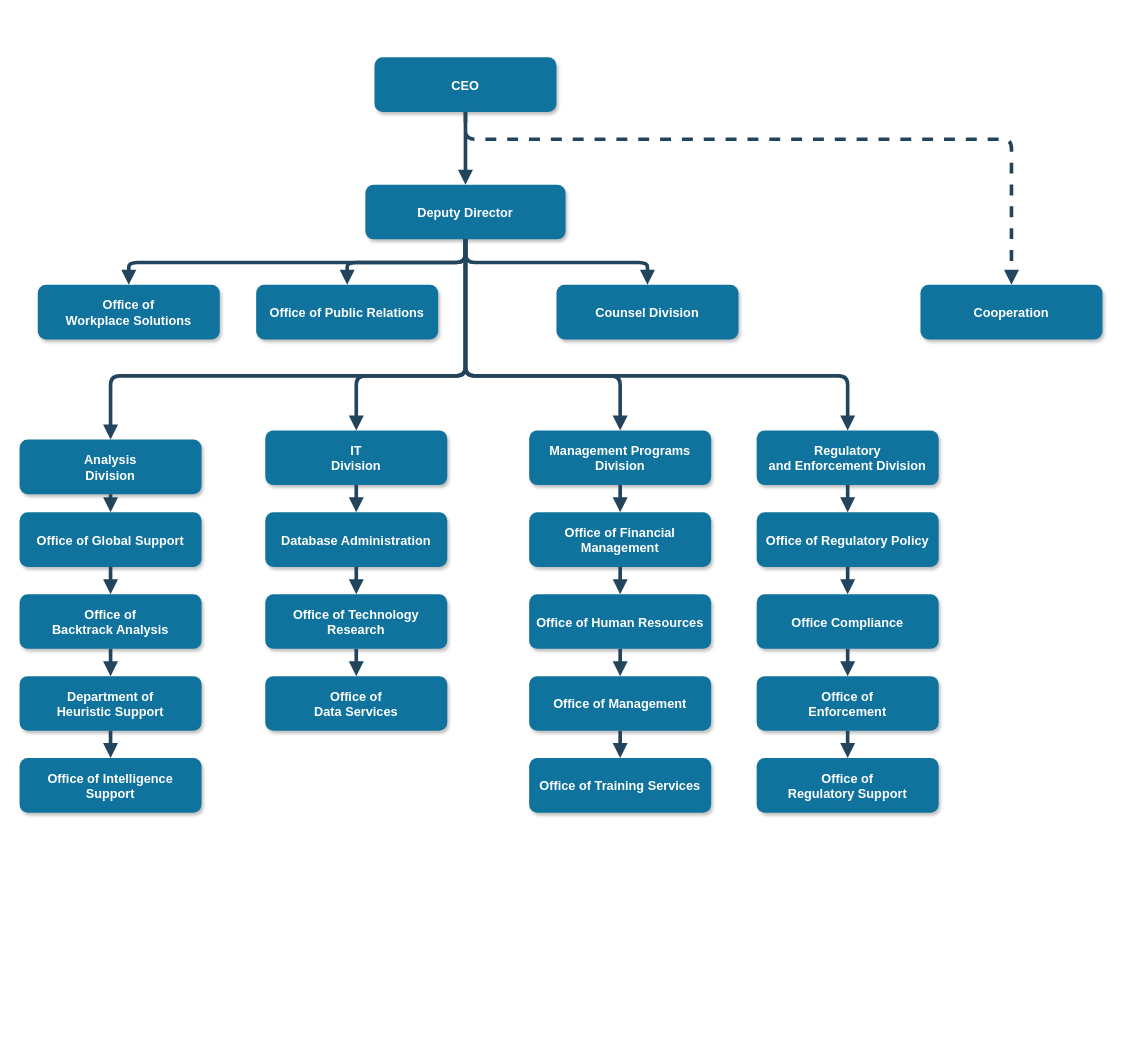
The draw.io diagram HRSAA 2019-2020 Orfanizational Chart.drawio in cubby57/HR, before the edit. Source tidied: cells renumbered, new cells numbered last; positions are measured from the earlier drawing's top-left corner, leaving out a move shared by most shapes. Both pictures are drawn from the tidied source at 91%, with x=0, y=0 at pixel (19, 57).
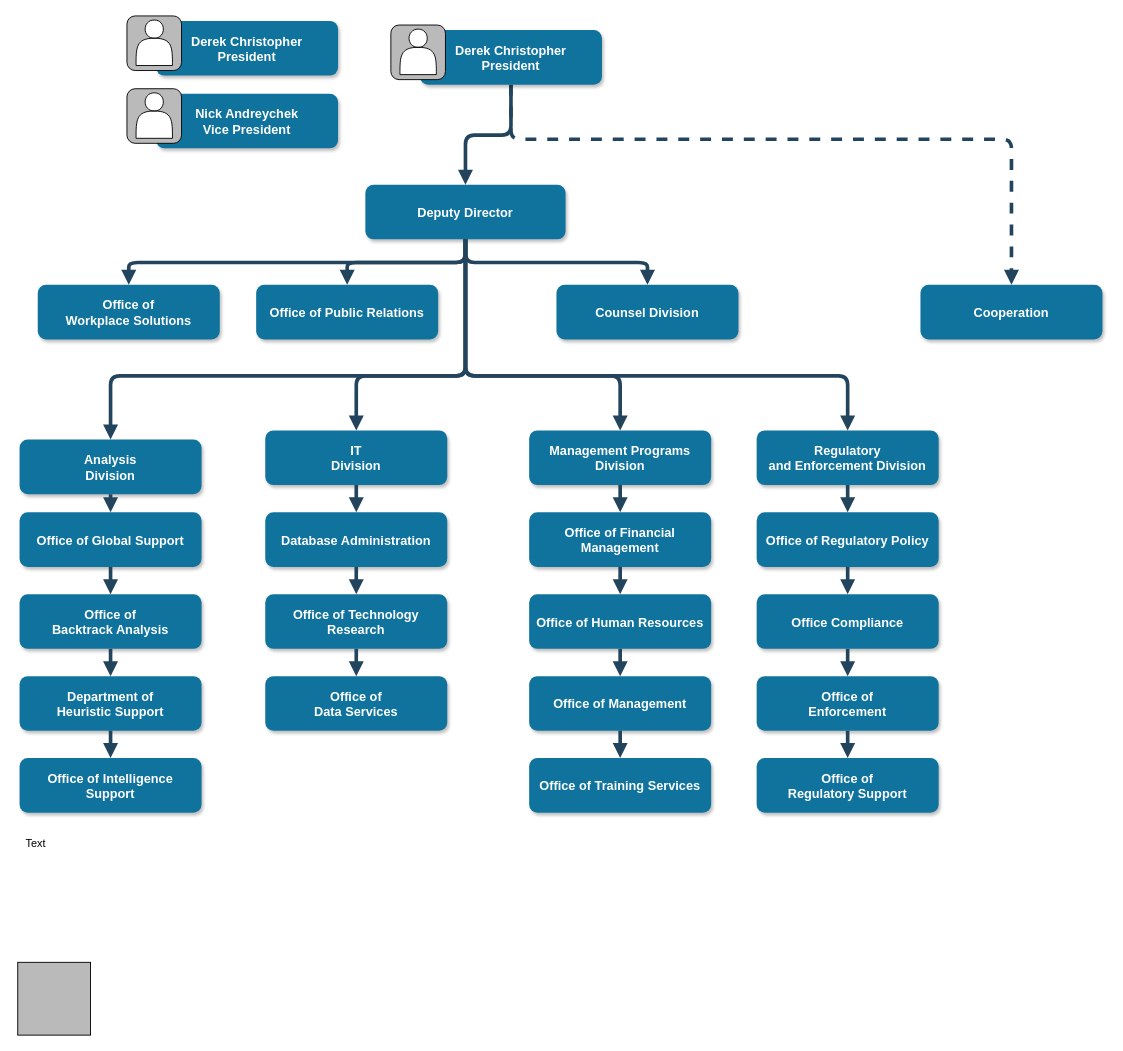
Above is the later version.

Change to the diagram source:
```diff
@@
-    <mxCell id="2" value="CEO" style="rounded=1;fillColor=#10739E;strokeColor=none;shadow=1;gradientColor=none;fontStyle=1;fontColor=#FFFFFF;fontSize=14;" parent="1" vertex="1">
-      <mxGeometry x="390" y="-0.5" width="200" height="60" as="geometry" />
-    </mxCell>
@@
+    <mxCell id="51" value="Text" style="text;html=1;strokeColor=none;fillColor=none;align=center;verticalAlign=middle;whiteSpace=wrap;rounded=0;" parent="1" vertex="1">
+      <mxGeometry x="-2" y="854" width="40" height="20" as="geometry" />
+    </mxCell>
+    <mxCell id="52" style="whiteSpace=wrap;html=1;fillColor=#BABABA;" parent="1" vertex="1">
+      <mxGeometry x="-2" y="994" width="80" height="80" as="geometry" />
+    </mxCell>
+    <mxCell id="53" style="group;" parent="1" vertex="1">
+      <mxGeometry x="408" y="-36" width="232" height="65.5" as="geometry" />
+    </mxCell>
+    <mxCell id="2" value="Derek Christopher&#10;President" style="rounded=1;fillColor=#10739E;strokeColor=none;shadow=1;gradientColor=none;fontStyle=1;fontColor=#FFFFFF;fontSize=14;" parent="53" vertex="1">
+      <mxGeometry x="32" y="5.5" width="200" height="60" as="geometry" />
+    </mxCell>
+    <mxCell id="54" style="group;" parent="53" vertex="1">
+      <mxGeometry width="60" height="60" as="geometry" />
+    </mxCell>
+    <mxCell id="55" style="rounded=1;whiteSpace=wrap;html=1;fillColor=#BABABA;" parent="54" vertex="1">
+      <mxGeometry width="60" height="60" as="geometry" />
+    </mxCell>
+    <mxCell id="56" style="shape=actor;whiteSpace=wrap;html=1;fillColor=#FFFFFF;" parent="54" vertex="1">
+      <mxGeometry x="10" y="4.5" width="40" height="50" as="geometry" />
+    </mxCell>
+    <mxCell id="57" style="group;" parent="1" vertex="1">
+      <mxGeometry x="118" y="-46" width="232" height="65.5" as="geometry" />
+    </mxCell>
+    <mxCell id="58" value="Derek Christopher&#10;President" style="rounded=1;fillColor=#10739E;strokeColor=none;shadow=1;gradientColor=none;fontStyle=1;fontColor=#FFFFFF;fontSize=14;" parent="57" vertex="1">
+      <mxGeometry x="32" y="5.5" width="200" height="60" as="geometry" />
+    </mxCell>
+    <mxCell id="59" style="group;" parent="57" vertex="1">
+      <mxGeometry width="60" height="60" as="geometry" />
+    </mxCell>
+    <mxCell id="60" style="rounded=1;whiteSpace=wrap;html=1;fillColor=#BABABA;" parent="59" vertex="1">
+      <mxGeometry width="60" height="60" as="geometry" />
+    </mxCell>
+    <mxCell id="61" style="shape=actor;whiteSpace=wrap;html=1;fillColor=#FFFFFF;" parent="59" vertex="1">
+      <mxGeometry x="10" y="4.5" width="40" height="50" as="geometry" />
+    </mxCell>
+    <mxCell id="62" style="group;" parent="1" vertex="1">
+      <mxGeometry x="118" y="34" width="232" height="65.5" as="geometry" />
+    </mxCell>
+    <mxCell id="63" value="Nick Andreychek&#10;Vice President" style="rounded=1;fillColor=#10739E;strokeColor=none;shadow=1;gradientColor=none;fontStyle=1;fontColor=#FFFFFF;fontSize=14;" parent="62" vertex="1">
+      <mxGeometry x="32" y="5.5" width="200" height="60" as="geometry" />
+    </mxCell>
+    <mxCell id="64" style="group;" parent="62" vertex="1">
+      <mxGeometry width="60" height="60" as="geometry" />
+    </mxCell>
+    <mxCell id="65" style="rounded=1;whiteSpace=wrap;html=1;fillColor=#BABABA;" parent="64" vertex="1">
+      <mxGeometry width="60" height="60" as="geometry" />
+    </mxCell>
+    <mxCell id="66" style="shape=actor;whiteSpace=wrap;html=1;fillColor=#FFFFFF;" parent="64" vertex="1">
+      <mxGeometry x="10" y="4.5" width="40" height="50" as="geometry" />
+    </mxCell>
```
